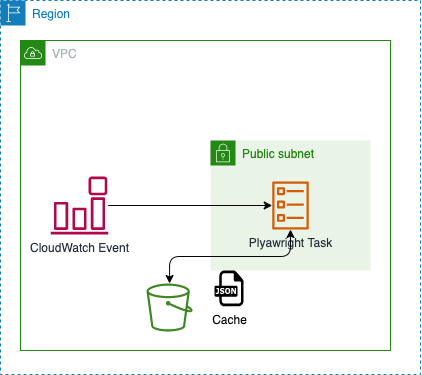
natsumeaurlia/genshin-impact-bonus keeps this draw.io diagram as aws.drawio.png. Above is the earlier version. Source tidied: cells renumbered, new cells last; positions are measured from the earlier drawing's top-left corner, leaving out a move shared by most shapes. The source it was exported from:
```xml
<mxGraphModel background="#ffffff">
  <root>
    <mxCell id="0" />
    <mxCell id="1" parent="0" />
    <mxCell id="2" value="VPC" style="gradientColor=none;html=1;whiteSpace=wrap;fontSize=12;fontStyle=0;shape=mxgraph.aws4.group;grIcon=mxgraph.aws4.group_vpc;strokeColor=#248814;fillColor=none;verticalAlign=top;align=left;spacingLeft=30;fontColor=#AAB7B8;dashed=0;" parent="1" vertex="1">
      <mxGeometry x="20" y="40" width="370" height="310" as="geometry" />
    </mxCell>
    <mxCell id="3" value="Region" style="gradientColor=none;html=1;whiteSpace=wrap;fontSize=12;fontStyle=0;shape=mxgraph.aws4.group;grIcon=mxgraph.aws4.group_region;strokeColor=#147EBA;fillColor=none;verticalAlign=top;align=left;spacingLeft=30;fontColor=#147EBA;dashed=1;" parent="1" vertex="1">
      <mxGeometry width="420" height="374" as="geometry" />
    </mxCell>
    <mxCell id="4" style="edgeStyle=none;html=1;" parent="3" edge="1" source="5" target="7">
      <mxGeometry relative="1" as="geometry" />
    </mxCell>
    <mxCell id="5" value="CloudWatch Event" style="sketch=0;outlineConnect=0;fontColor=#232F3E;gradientColor=none;fillColor=#B0084D;strokeColor=none;dashed=0;verticalLabelPosition=bottom;verticalAlign=top;align=center;html=1;fontSize=12;fontStyle=0;shape=mxgraph.aws4.event_event_based;" parent="3" vertex="1">
      <mxGeometry x="50" y="176" width="58" height="58" as="geometry" />
    </mxCell>
    <mxCell id="6" value="Public subnet" style="gradientColor=none;html=1;whiteSpace=wrap;fontSize=12;fontStyle=0;shape=mxgraph.aws4.group;grIcon=mxgraph.aws4.group_security_group;grStroke=0;strokeColor=#248814;fillColor=#E9F3E6;verticalAlign=top;align=left;spacingLeft=30;fontColor=#248814;dashed=0;" parent="3" vertex="1">
      <mxGeometry x="210" y="140" width="160" height="130" as="geometry" />
    </mxCell>
    <mxCell id="7" value="Plyawright Task" style="sketch=0;outlineConnect=0;fontColor=#232F3E;gradientColor=none;fillColor=#D45B07;strokeColor=none;dashed=0;verticalLabelPosition=bottom;verticalAlign=top;align=center;html=1;fontSize=12;fontStyle=0;shape=mxgraph.aws4.ecs_task;" parent="6" vertex="1">
      <mxGeometry x="61.5" y="41" width="37" height="48" as="geometry" />
    </mxCell>
    <mxCell id="8" style="edgeStyle=none;html=1;strokeColor=#050505;" parent="3" edge="1" source="5" target="7">
      <mxGeometry relative="1" as="geometry" />
    </mxCell>
    <mxCell id="9" style="edgeStyle=elbowEdgeStyle;html=1;strokeColor=#050505;elbow=vertical;startArrow=classic;startFill=1;" parent="3" edge="1" source="10" target="7">
      <mxGeometry relative="1" as="geometry" />
    </mxCell>
    <mxCell id="10" style="sketch=0;outlineConnect=0;fontColor=#232F3E;gradientColor=none;fillColor=#3F8624;strokeColor=none;dashed=0;verticalLabelPosition=bottom;verticalAlign=top;align=center;html=1;fontSize=12;fontStyle=0;shape=mxgraph.aws4.bucket;" parent="3" vertex="1">
      <mxGeometry x="146" y="283" width="46.1" height="48" as="geometry" />
    </mxCell>
    <mxCell id="11" value="Cache" style="dashed=0;html=1;align=center;labelPosition=center;verticalLabelPosition=bottom;verticalAlign=top;shape=mxgraph.weblogos.json;fontColor=#080808;" parent="3" vertex="1">
      <mxGeometry x="214" y="270" width="29" height="35.8" as="geometry" />
    </mxCell>
  </root>
</mxGraphModel>
```
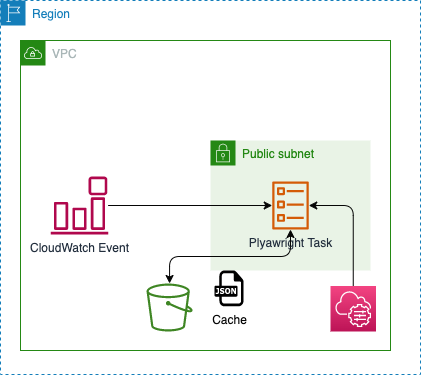
The same file after the commit.

What changed in the source:
```diff
@@ -32,5 +32,15 @@
     <mxCell id="11" value="Cache" style="dashed=0;html=1;align=center;labelPosition=center;verticalLabelPosition=bottom;verticalAlign=top;shape=mxgraph.weblogos.json;fontColor=#080808;" parent="3" vertex="1">
       <mxGeometry x="214" y="270" width="29" height="35.8" as="geometry" />
     </mxCell>
+    <mxCell id="12" style="sketch=0;points=[[0,0,0],[0.25,0,0],[0.5,0,0],[0.75,0,0],[1,0,0],[0,1,0],[0.25,1,0],[0.5,1,0],[0.75,1,0],[1,1,0],[0,0.25,0],[0,0.5,0],[0,0.75,0],[1,0.25,0],[1,0.5,0],[1,0.75,0]];points=[[0,0,0],[0.25,0,0],[0.5,0,0],[0.75,0,0],[1,0,0],[0,1,0],[0.25,1,0],[0.5,1,0],[0.75,1,0],[1,1,0],[0,0.25,0],[0,0.5,0],[0,0.75,0],[1,0.25,0],[1,0.5,0],[1,0.75,0]];outlineConnect=0;fontColor=#232F3E;gradientColor=#F34482;gradientDirection=north;fillColor=#BC1356;strokeColor=#ffffff;dashed=0;verticalLabelPosition=bottom;verticalAlign=top;align=center;html=1;fontSize=12;fontStyle=0;shape=mxgraph.aws4.resourceIcon;resIcon=mxgraph.aws4.systems_manager;" parent="3" vertex="1">
+      <mxGeometry x="330" y="285.5" width="45.5" height="45.5" as="geometry" />
+    </mxCell>
+    <mxCell id="13" style="edgeStyle=elbowEdgeStyle;html=1;strokeColor=#050505;elbow=vertical;startArrow=none;startFill=0;exitX=0.5;exitY=0;exitDx=0;exitDy=0;exitPerimeter=0;endArrow=classic;endFill=1;" parent="3" edge="1" source="12" target="7">
+      <mxGeometry relative="1" as="geometry">
+        <Array as="points">
+          <mxPoint x="344" y="205" />
+        </Array>
+      </mxGeometry>
+    </mxCell>
   </root>
 </mxGraphModel>
```
